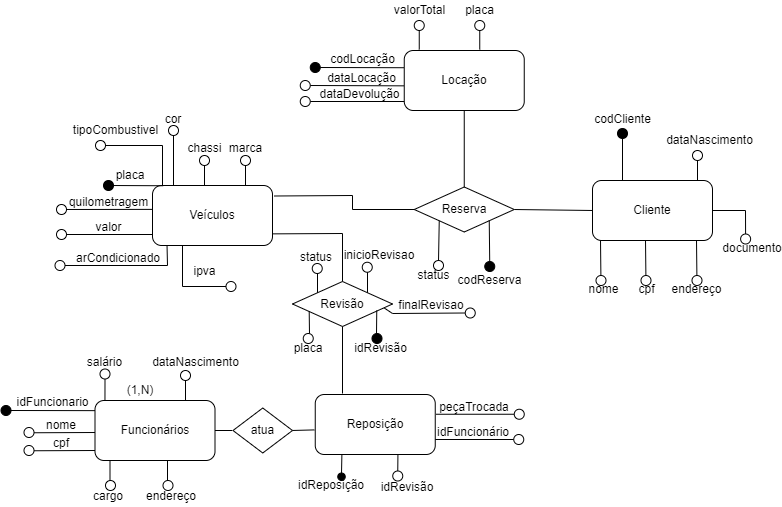
Before: img/modelo conceitual-v2.png, a diagram exported from draw.io (equadras/LocadoraVeiculosAPI). Source tidied: cells renumbered, new cells last; positions are measured from the earlier drawing's top-left corner, leaving out a move shared by most shapes.
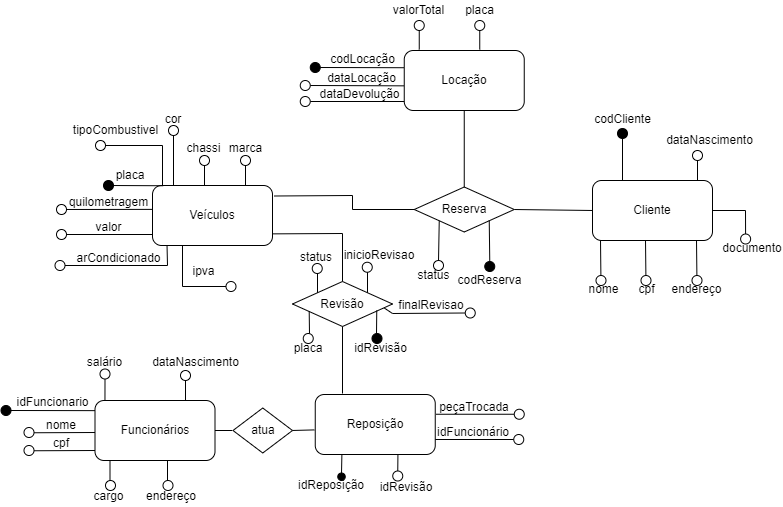
After the change.

Change to the diagram source:
```diff
@@ -190,9 +190,6 @@
     <mxCell id="50" value="endereço" style="text;html=1;align=center;verticalAlign=middle;whiteSpace=wrap;rounded=0;" parent="1" vertex="1">
       <mxGeometry x="142.2" y="486" width="57.8" height="20" as="geometry" />
     </mxCell>
-    <mxCell id="51" value="(1,N)" style="text;html=1;align=center;verticalAlign=middle;whiteSpace=wrap;rounded=0;" parent="1" vertex="1">
-      <mxGeometry x="109.5" y="375" width="60" height="30" as="geometry" />
-    </mxCell>
     <mxCell id="52" value="Locação" style="rounded=1;whiteSpace=wrap;html=1;" parent="1" vertex="1">
       <mxGeometry x="403.8" y="50" width="120" height="60" as="geometry" />
     </mxCell>
```
